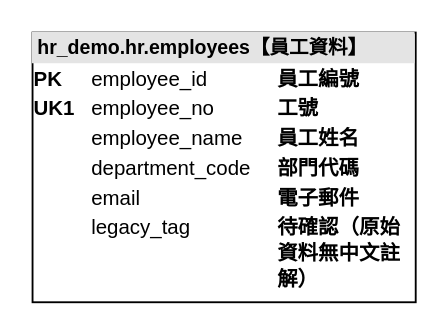
This is docs/drawio/192.0.2.10【人事教學範例】/hr_demo/hr/Tables/hr_demo.hr.employees【員工資料】.drawio from willson5127/Agents_Skills_WillsonWang, a draw.io file, before an edit. Source tidied: cells renumbered, new cells numbered last; positions are measured from the earlier drawing's top-left corner, leaving out a move shared by most shapes. Both pictures are drawn from the tidied source at 186%, with x=0, y=0 at pixel (32, 32).
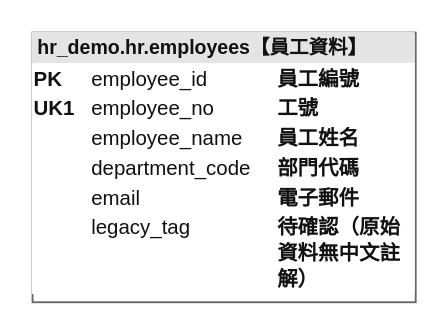
After the change.

The edit, as a diff of the source:
```diff
@@
 <mxGraphModel>
   <root>
     <mxCell id="0" />
     <mxCell id="1" parent="0" />
-    <mxCell id="2" value="&lt;div style=&quot;box-sizing:border-box;width:100%;background:rgb(228,228,228);padding:2px 3px;font-size:10.5px;line-height:13px;white-space:nowrap&quot;&gt;&lt;b&gt;hr_demo.hr.employees【員工資料】&lt;/b&gt;&lt;/div&gt;&lt;table style=&quot;width:100%;table-layout:fixed;font-family:Arial;font-size:11px;line-height:14px&quot; cellpadding=&quot;1&quot; cellspacing=&quot;0&quot;&gt;&lt;colgroup&gt;&lt;col style=&quot;width:31px&quot;/&gt;&lt;col style=&quot;width:100px&quot;/&gt;&lt;col/&gt;&lt;/colgroup&gt;&lt;tbody&gt;&lt;tr&gt;&lt;td style=&quot;vertical-align:top;white-space:nowrap&quot;&gt;&lt;b&gt;PK&lt;/b&gt;&lt;/td&gt;&lt;td style=&quot;vertical-align:top;white-space:nowrap;padding-right:8px&quot; title=&quot;int · NULL NO | 虛構資料字典：examples/tablecard-demo.json | 中文名稱：既有註解&quot;&gt;employee_id&lt;/td&gt;&lt;td style=&quot;vertical-align:top;white-space:normal;overflow-wrap:anywhere;word-break:break-all&quot; title=&quot;int · NULL NO | 虛構資料字典：examples/tablecard-demo.json | 中文名稱：既有註解&quot;&gt;&lt;b&gt;員工編號&lt;/b&gt;&lt;/td&gt;&lt;/tr&gt;&lt;tr&gt;&lt;td style=&quot;vertical-align:top;white-space:nowrap&quot;&gt;&lt;b&gt;UK1&lt;/b&gt;&lt;/td&gt;&lt;td style=&quot;vertical-align:top;white-space:nowrap;padding-right:8px&quot; title=&quot;varchar(20) · NULL NO | 虛構資料字典：examples/tablecard-demo.json | 中文名稱：既有註解&quot;&gt;employee_no&lt;/td&gt;&lt;td style=&quot;vertical-align:top;white-space:normal;overflow-wrap:anywhere;word-break:break-all&quot; title=&quot;varchar(20) · NULL NO | 虛構資料字典：examples/tablecard-demo.json | 中文名稱：既有註解&quot;&gt;&lt;b&gt;工號&lt;/b&gt;&lt;/td&gt;&lt;/tr&gt;&lt;tr&gt;&lt;td style=&quot;vertical-align:top;white-space:nowrap&quot;&gt;&lt;b&gt;&lt;/b&gt;&lt;/td&gt;&lt;td style=&quot;vertical-align:top;white-space:nowrap;padding-right:8px&quot; title=&quot;nvarchar(60) · NULL NO | 虛構資料字典：examples/tablecard-demo.json | 中文名稱：既有註解&quot;&gt;employee_name&lt;/td&gt;&lt;td style=&quot;vertical-align:top;white-space:normal;overflow-wrap:anywhere;word-break:break-all&quot; title=&quot;nvarchar(60) · NULL NO | 虛構資料字典：examples/tablecard-demo.json | 中文名稱：既有註解&quot;&gt;&lt;b&gt;員工姓名&lt;/b&gt;&lt;/td&gt;&lt;/tr&gt;&lt;tr&gt;&lt;td style=&quot;vertical-align:top;white-space:nowrap&quot;&gt;&lt;b&gt;&lt;/b&gt;&lt;/td&gt;&lt;td style=&quot;vertical-align:top;white-space:nowrap;padding-right:8px&quot; title=&quot;varchar(10) · NULL YES | 虛構資料字典：examples/tablecard-demo.json | 中文名稱：既有註解&quot;&gt;department_code&lt;/td&gt;&lt;td style=&quot;vertical-align:top;white-space:normal;overflow-wrap:anywhere;word-break:break-all&quot; title=&quot;varchar(10) · NULL YES | 虛構資料字典：examples/tablecard-demo.json | 中文名稱：既有註解&quot;&gt;&lt;b&gt;部門代碼&lt;/b&gt;&lt;/td&gt;&lt;/tr&gt;&lt;tr&gt;&lt;td style=&quot;vertical-align:top;white-space:nowrap&quot;&gt;&lt;b&gt;&lt;/b&gt;&lt;/td&gt;&lt;td style=&quot;vertical-align:top;white-space:nowrap;padding-right:8px&quot; title=&quot;varchar(200) · NULL YES | 虛構資料字典：examples/tablecard-demo.json | 中文名稱：既有註解&quot;&gt;email&lt;/td&gt;&lt;td style=&quot;vertical-align:top;white-space:normal;overflow-wrap:anywhere;word-break:break-all&quot; title=&quot;varchar(200) · NULL YES | 虛構資料字典：examples/tablecard-demo.json | 中文名稱：既有註解&quot;&gt;&lt;b&gt;電子郵件&lt;/b&gt;&lt;/td&gt;&lt;/tr&gt;&lt;tr&gt;&lt;td style=&quot;vertical-align:top;white-space:nowrap&quot;&gt;&lt;b&gt;&lt;/b&gt;&lt;/td&gt;&lt;td style=&quot;vertical-align:top;white-space:nowrap;padding-right:8px&quot; title=&quot;varchar(40) · NULL YES | 虛構資料字典：examples/tablecard-demo.json | 中文名稱：待確認&quot;&gt;legacy_tag&lt;/td&gt;&lt;td style=&quot;vertical-align:top;white-space:normal;overflow-wrap:anywhere;word-break:break-all&quot; title=&quot;varchar(40) · NULL YES | 虛構資料字典：examples/tablecard-demo.json | 中文名稱：待確認&quot;&gt;&lt;b&gt;待確認（原始資料無中文註解）&lt;/b&gt;&lt;/td&gt;&lt;/tr&gt;&lt;/tbody&gt;&lt;/table&gt;" style="verticalAlign=top;align=left;overflow=fill;html=1;whiteSpace=wrap;fontFamily=Arial;fontSize=11;spacing=0;" parent="1" vertex="1">
+    <mxCell id="2" value="&lt;div style=&quot;box-sizing:border-box;width:100%;background:#E4E4E4;color:#111111;padding:2px 3px;font-size:10.5px;line-height:13px;white-space:nowrap&quot;&gt;&lt;b&gt;hr_demo.hr.employees【員工資料】&lt;/b&gt;&lt;/div&gt;&lt;table style=&quot;width:100%;background:#FFFFFF;color:#111111;table-layout:fixed;font-family:Arial;font-size:11px;line-height:14px&quot; cellpadding=&quot;1&quot; cellspacing=&quot;0&quot;&gt;&lt;colgroup&gt;&lt;col style=&quot;width:31px&quot;/&gt;&lt;col style=&quot;width:100px&quot;/&gt;&lt;col/&gt;&lt;/colgroup&gt;&lt;tbody&gt;&lt;tr&gt;&lt;td style=&quot;vertical-align:top;white-space:nowrap&quot;&gt;&lt;b&gt;PK&lt;/b&gt;&lt;/td&gt;&lt;td style=&quot;vertical-align:top;white-space:nowrap;padding-right:8px&quot; title=&quot;int · NULL NO | 虛構資料字典：examples/tablecard-demo.json | 中文名稱：既有註解&quot;&gt;employee_id&lt;/td&gt;&lt;td style=&quot;vertical-align:top;white-space:normal;overflow-wrap:anywhere;word-break:break-all&quot; title=&quot;int · NULL NO | 虛構資料字典：examples/tablecard-demo.json | 中文名稱：既有註解&quot;&gt;&lt;b&gt;員工編號&lt;/b&gt;&lt;/td&gt;&lt;/tr&gt;&lt;tr&gt;&lt;td style=&quot;vertical-align:top;white-space:nowrap&quot;&gt;&lt;b&gt;UK1&lt;/b&gt;&lt;/td&gt;&lt;td style=&quot;vertical-align:top;white-space:nowrap;padding-right:8px&quot; title=&quot;varchar(20) · NULL NO | 虛構資料字典：examples/tablecard-demo.json | 中文名稱：既有註解&quot;&gt;employee_no&lt;/td&gt;&lt;td style=&quot;vertical-align:top;white-space:normal;overflow-wrap:anywhere;word-break:break-all&quot; title=&quot;varchar(20) · NULL NO | 虛構資料字典：examples/tablecard-demo.json | 中文名稱：既有註解&quot;&gt;&lt;b&gt;工號&lt;/b&gt;&lt;/td&gt;&lt;/tr&gt;&lt;tr&gt;&lt;td style=&quot;vertical-align:top;white-space:nowrap&quot;&gt;&lt;b&gt;&lt;/b&gt;&lt;/td&gt;&lt;td style=&quot;vertical-align:top;white-space:nowrap;padding-right:8px&quot; title=&quot;nvarchar(60) · NULL NO | 虛構資料字典：examples/tablecard-demo.json | 中文名稱：既有註解&quot;&gt;employee_name&lt;/td&gt;&lt;td style=&quot;vertical-align:top;white-space:normal;overflow-wrap:anywhere;word-break:break-all&quot; title=&quot;nvarchar(60) · NULL NO | 虛構資料字典：examples/tablecard-demo.json | 中文名稱：既有註解&quot;&gt;&lt;b&gt;員工姓名&lt;/b&gt;&lt;/td&gt;&lt;/tr&gt;&lt;tr&gt;&lt;td style=&quot;vertical-align:top;white-space:nowrap&quot;&gt;&lt;b&gt;&lt;/b&gt;&lt;/td&gt;&lt;td style=&quot;vertical-align:top;white-space:nowrap;padding-right:8px&quot; title=&quot;varchar(10) · NULL YES | 虛構資料字典：examples/tablecard-demo.json | 中文名稱：既有註解&quot;&gt;department_code&lt;/td&gt;&lt;td style=&quot;vertical-align:top;white-space:normal;overflow-wrap:anywhere;word-break:break-all&quot; title=&quot;varchar(10) · NULL YES | 虛構資料字典：examples/tablecard-demo.json | 中文名稱：既有註解&quot;&gt;&lt;b&gt;部門代碼&lt;/b&gt;&lt;/td&gt;&lt;/tr&gt;&lt;tr&gt;&lt;td style=&quot;vertical-align:top;white-space:nowrap&quot;&gt;&lt;b&gt;&lt;/b&gt;&lt;/td&gt;&lt;td style=&quot;vertical-align:top;white-space:nowrap;padding-right:8px&quot; title=&quot;varchar(200) · NULL YES | 虛構資料字典：examples/tablecard-demo.json | 中文名稱：既有註解&quot;&gt;email&lt;/td&gt;&lt;td style=&quot;vertical-align:top;white-space:normal;overflow-wrap:anywhere;word-break:break-all&quot; title=&quot;varchar(200) · NULL YES | 虛構資料字典：examples/tablecard-demo.json | 中文名稱：既有註解&quot;&gt;&lt;b&gt;電子郵件&lt;/b&gt;&lt;/td&gt;&lt;/tr&gt;&lt;tr&gt;&lt;td style=&quot;vertical-align:top;white-space:nowrap&quot;&gt;&lt;b&gt;&lt;/b&gt;&lt;/td&gt;&lt;td style=&quot;vertical-align:top;white-space:nowrap;padding-right:8px&quot; title=&quot;varchar(40) · NULL YES | 虛構資料字典：examples/tablecard-demo.json | 中文名稱：待確認&quot;&gt;legacy_tag&lt;/td&gt;&lt;td style=&quot;vertical-align:top;white-space:normal;overflow-wrap:anywhere;word-break:break-all&quot; title=&quot;varchar(40) · NULL YES | 虛構資料字典：examples/tablecard-demo.json | 中文名稱：待確認&quot;&gt;&lt;b&gt;待確認（原始資料無中文註解）&lt;/b&gt;&lt;/td&gt;&lt;/tr&gt;&lt;/tbody&gt;&lt;/table&gt;" style="verticalAlign=top;align=left;overflow=fill;html=1;whiteSpace=wrap;fontFamily=Arial;fontSize=11;spacing=0;fillColor=#FFFFFF;strokeColor=#666666;fontColor=#111111;" parent="1" vertex="1">
       <mxGeometry width="206" height="145" as="geometry" />
     </mxCell>
   </root>
 </mxGraphModel>
```
